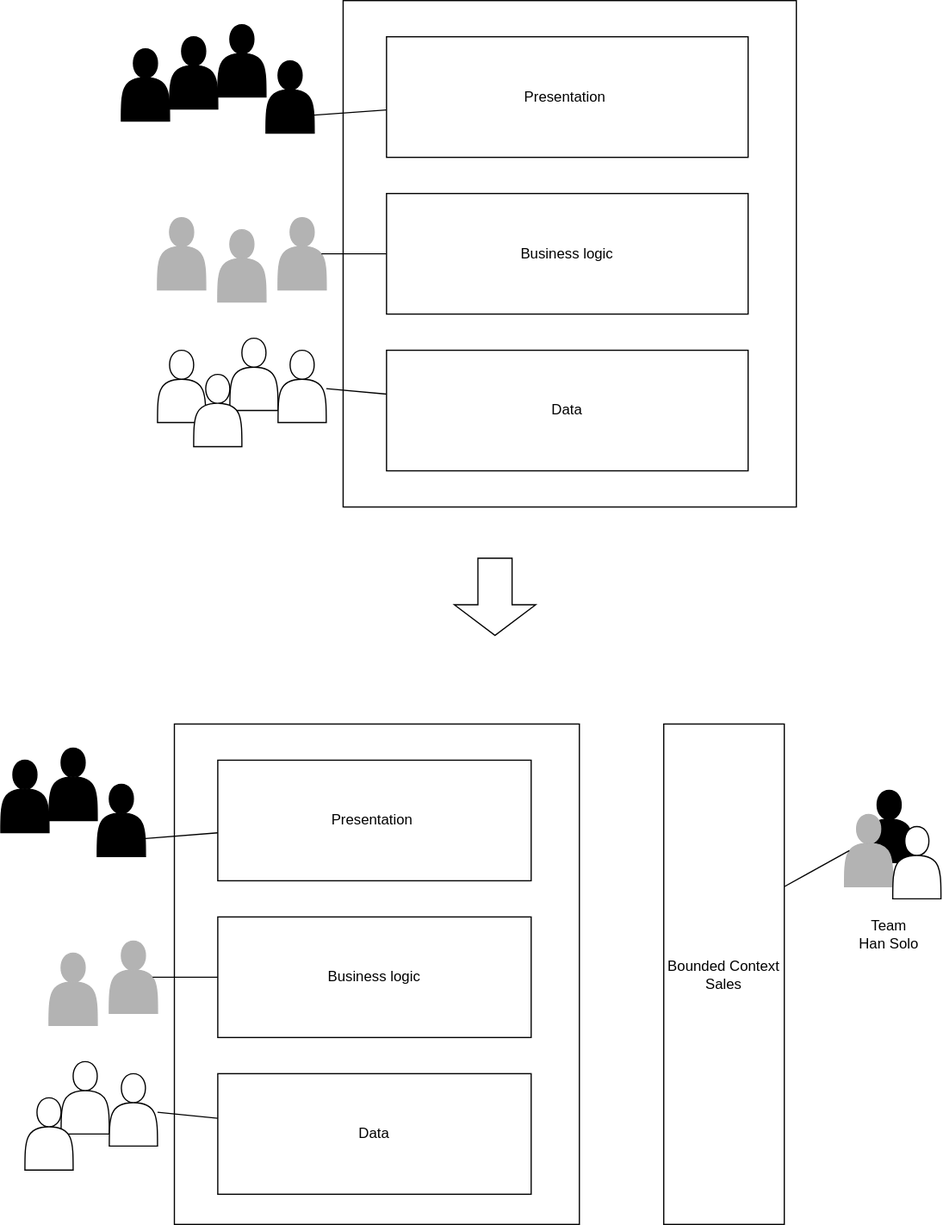
The draw.io diagram docs/images/layer-teams-to-cross-functional-team .drawio.svg in hschwentner/hschwentner.io, before a commit. Source tidied: cells renumbered, new cells last; positions are measured from the earlier drawing's top-left corner, leaving out a move shared by most shapes.
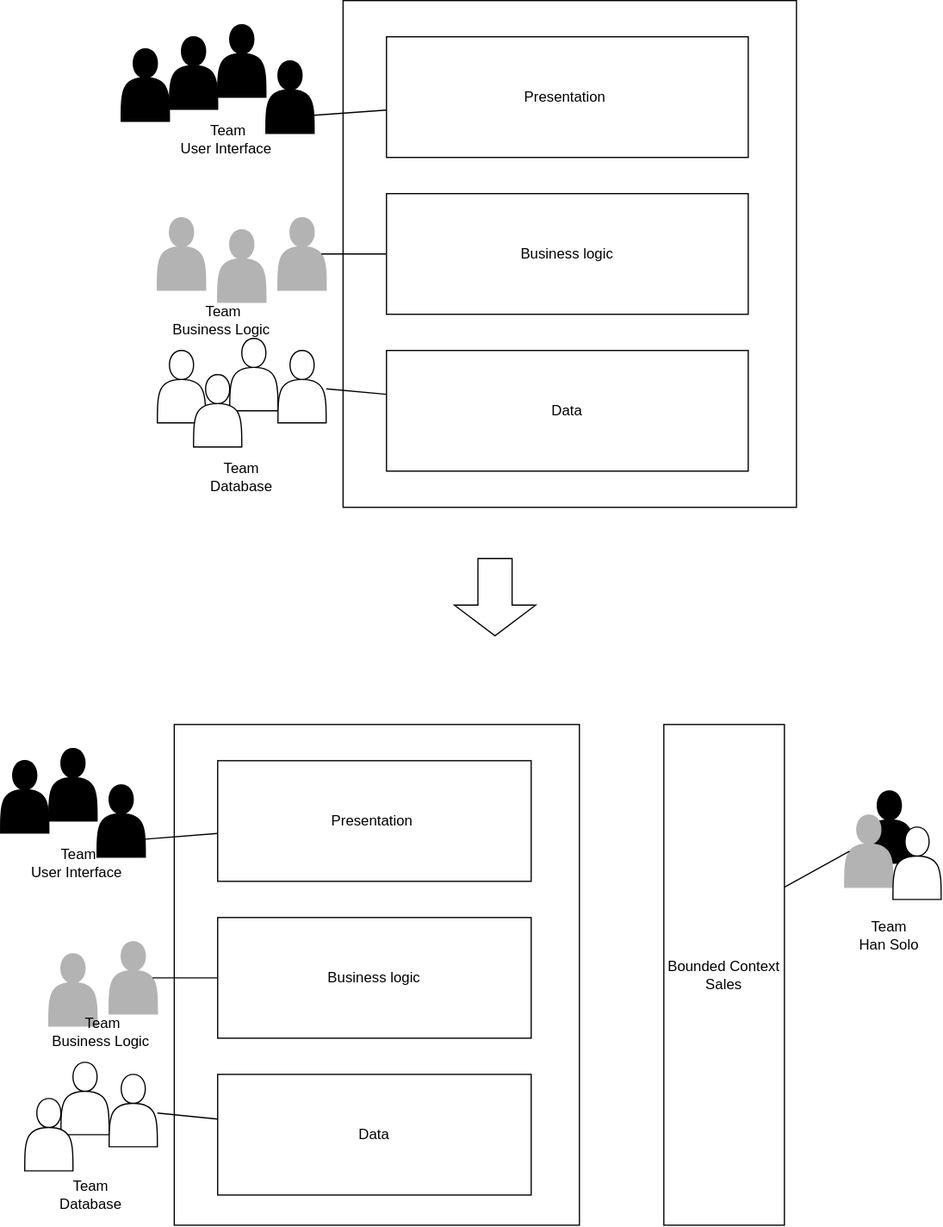
After the commit.

The edit, as a diff of the source:
```diff
@@ -125,5 +125,23 @@
     <mxCell id="41" style="endArrow=none;html=1;rounded=0;entryX=0.1;entryY=0.5;entryDx=0;entryDy=0;exitX=1;exitY=0.325;exitDx=0;exitDy=0;entryPerimeter=0;exitPerimeter=0;" parent="1" edge="1" source="39" target="25">
       <mxGeometry relative="1" as="geometry" />
     </mxCell>
+    <mxCell id="42" value="Team&lt;br&gt;User Interface&amp;nbsp;" style="text;html=1;strokeColor=none;fillColor=none;align=center;verticalAlign=middle;whiteSpace=wrap;rounded=0;shadow=0;glass=0;sketch=0;" parent="1" vertex="1">
+      <mxGeometry x="144" y="90" width="90" height="50" as="geometry" />
+    </mxCell>
+    <mxCell id="43" value="Team&lt;br&gt;Business Logic&amp;nbsp;" style="text;html=1;strokeColor=none;fillColor=none;align=center;verticalAlign=middle;whiteSpace=wrap;rounded=0;shadow=0;glass=0;sketch=0;" parent="1" vertex="1">
+      <mxGeometry x="140" y="250" width="90" height="30" as="geometry" />
+    </mxCell>
+    <mxCell id="44" value="Team&lt;br&gt;Database" style="text;html=1;strokeColor=none;fillColor=none;align=center;verticalAlign=middle;whiteSpace=wrap;rounded=0;shadow=0;glass=0;sketch=0;" parent="1" vertex="1">
+      <mxGeometry x="155" y="370" width="90" height="50" as="geometry" />
+    </mxCell>
+    <mxCell id="45" value="Team&lt;br&gt;User Interface&amp;nbsp;" style="text;html=1;strokeColor=none;fillColor=none;align=center;verticalAlign=middle;whiteSpace=wrap;rounded=0;shadow=0;glass=0;sketch=0;" parent="1" vertex="1">
+      <mxGeometry x="20" y="690" width="90" height="50" as="geometry" />
+    </mxCell>
+    <mxCell id="46" value="Team&lt;br&gt;Business Logic&amp;nbsp;" style="text;html=1;strokeColor=none;fillColor=none;align=center;verticalAlign=middle;whiteSpace=wrap;rounded=0;shadow=0;glass=0;sketch=0;" parent="1" vertex="1">
+      <mxGeometry x="40" y="840" width="90" height="30" as="geometry" />
+    </mxCell>
+    <mxCell id="47" value="Team&lt;br&gt;Database" style="text;html=1;strokeColor=none;fillColor=none;align=center;verticalAlign=middle;whiteSpace=wrap;rounded=0;shadow=0;glass=0;sketch=0;" parent="1" vertex="1">
+      <mxGeometry x="30" y="965" width="90" height="50" as="geometry" />
+    </mxCell>
   </root>
 </mxGraphModel>
```
